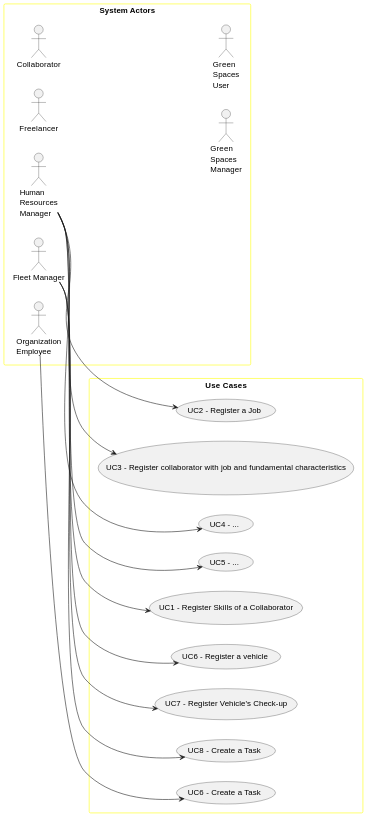
Above: docs/sprintA/global-artifacts/01.requirements-engineering/svg/use-case-diagram.svg in daniel41silva05/ISEP_2023_2024_LAPR2 (PlantUML), before the change. Source of this version:
```plantuml
@startuml
skinparam packageStyle rectangle

skinparam rectangle{
    BorderColor yellow
}


left to right direction

rectangle "System Actors" as actors {
    actor Freelancer
    actor Collaborator
    actor "Green\nSpaces\nManager" as GSM
    actor "Green\nSpaces\nUser" as GSU
    actor "Human\nResources\nManager" as HRM
    actor "Fleet Manager" as FM
    actor "Organization\nEmployee" as Employee
}

rectangle "Use Cases" as usecases{
    usecase "UC6 - Create a Task" as UC66
    Employee --> UC66
    usecase "UC1 - Register Skills of a Collaborator" as UC1
    HRM --> UC1
    usecase "UC2 - Register a Job" as UC2
    HRM --> UC2
    usecase "UC3 - Register collaborator with job and fundamental characteristics" as UC3
    HRM --> UC3
    usecase "UC4 - ..." as UC4
    HRM --> UC4
    usecase "UC5 - ..." as UC5
    HRM --> UC5
    usecase "UC6 - Register a vehicle" as UC6
    FM --> UC6
    usecase "UC7 - Register Vehicle's Check-up" as UC7
    FM --> UC7
    usecase "UC8 - Create a Task" as UC8
    FM --> UC8
}
@enduml
```
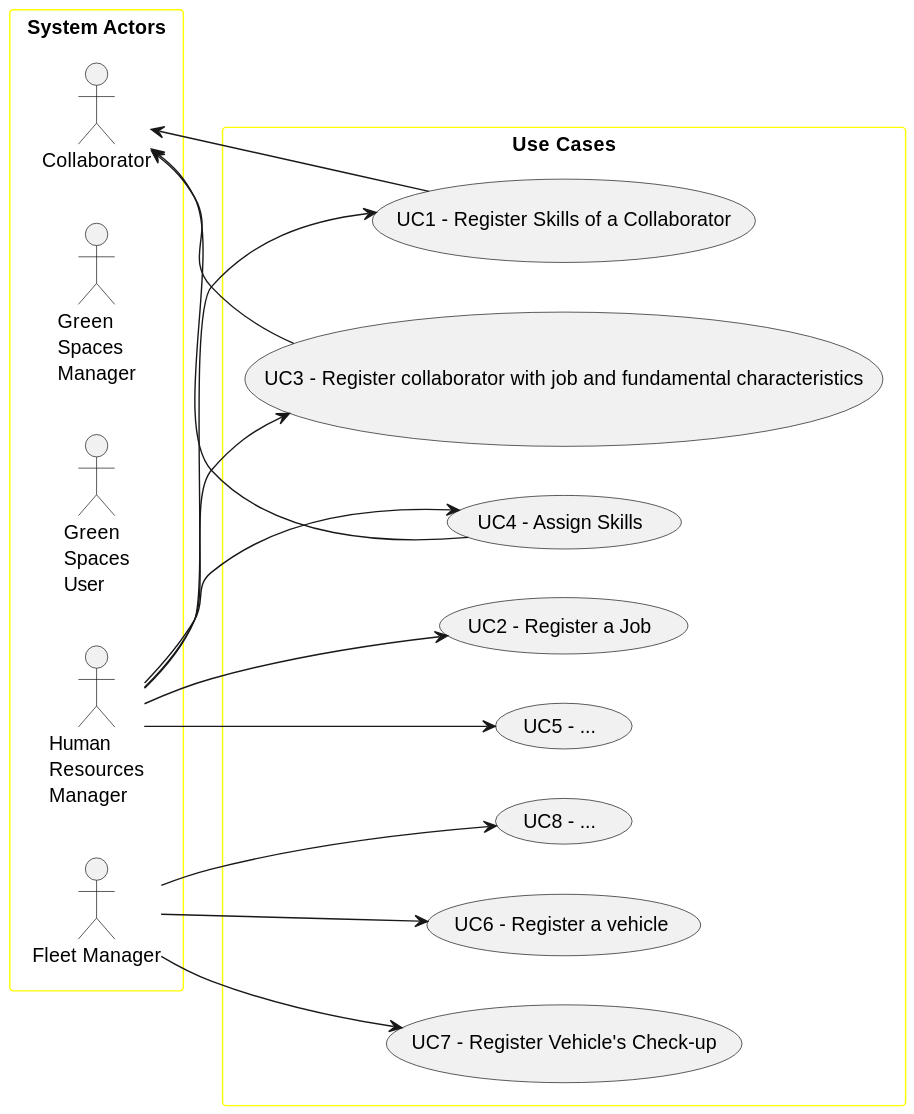
The same diagram one commit later.

Commit message:
Update UCD diagram

Change to the diagram source:
```diff
@@ -9,33 +9,32 @@
 left to right direction
 
 rectangle "System Actors" as actors {
-    actor Freelancer
     actor Collaborator
     actor "Green\nSpaces\nManager" as GSM
     actor "Green\nSpaces\nUser" as GSU
     actor "Human\nResources\nManager" as HRM
     actor "Fleet Manager" as FM
-    actor "Organization\nEmployee" as Employee
 }
 
 rectangle "Use Cases" as usecases{
-    usecase "UC6 - Create a Task" as UC66
-    Employee --> UC66
     usecase "UC1 - Register Skills of a Collaborator" as UC1
     HRM --> UC1
+    UC1 --> Collaborator
     usecase "UC2 - Register a Job" as UC2
     HRM --> UC2
     usecase "UC3 - Register collaborator with job and fundamental characteristics" as UC3
     HRM --> UC3
-    usecase "UC4 - ..." as UC4
+    UC3 --> Collaborator
+    usecase "UC4 - Assign Skills" as UC4
     HRM --> UC4
+    UC4 --> Collaborator
     usecase "UC5 - ..." as UC5
     HRM --> UC5
     usecase "UC6 - Register a vehicle" as UC6
     FM --> UC6
     usecase "UC7 - Register Vehicle's Check-up" as UC7
     FM --> UC7
-    usecase "UC8 - Create a Task" as UC8
+    usecase "UC8 - ..." as UC8
     FM --> UC8
 }
 @enduml
```
